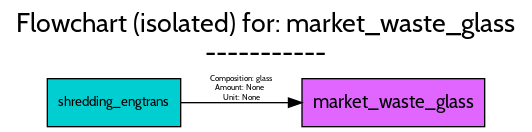
Above: src/examples/ELV/figures/flowcharts/processes/png/market_waste_glass.png in FutuRaM-Project/Recovery-Model (Graphviz), before the change. Its source is kept beside it as src/examples/ELV/figures/flowcharts/processes/dot/market_waste_glass.dot.
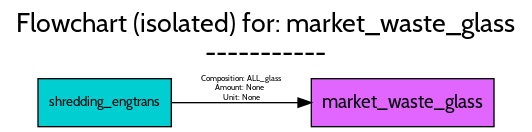
Later version of the same file.

Change to the diagram source:
```diff
@@ -19,7 +19,7 @@
 		fontname=Cabin,
 		fontsize=14,
 		height=0.5,
-		pos="291,18",
+		pos="298,18",
 		shape=box,
 		style=filled,
 		width=1.9028];
@@ -27,16 +27,16 @@
 		fontname=Cabin,
 		fontsize=10,
 		height=0.5,
-		pos="81.5,18",
+		pos="74.5,18",
 		shape=box,
 		style=filled,
 		width=1.3889];
 	shredding_engtrans -> market_waste_glass	[color=black,
 		fontname=Cabin,
 		fontsize=6,
-		label="Composition: glass
+		label="Composition: ALL_glass
 Amount: None
 Unit: None",
 		lp="177,28.5",
-		pos="e,222.34,18 131.67,18 155.69,18 185.16,18 212.14,18"];
+		pos="e,229.5,18 124.66,18 152.49,18 187.93,18 219.43,18"];
 }
```
